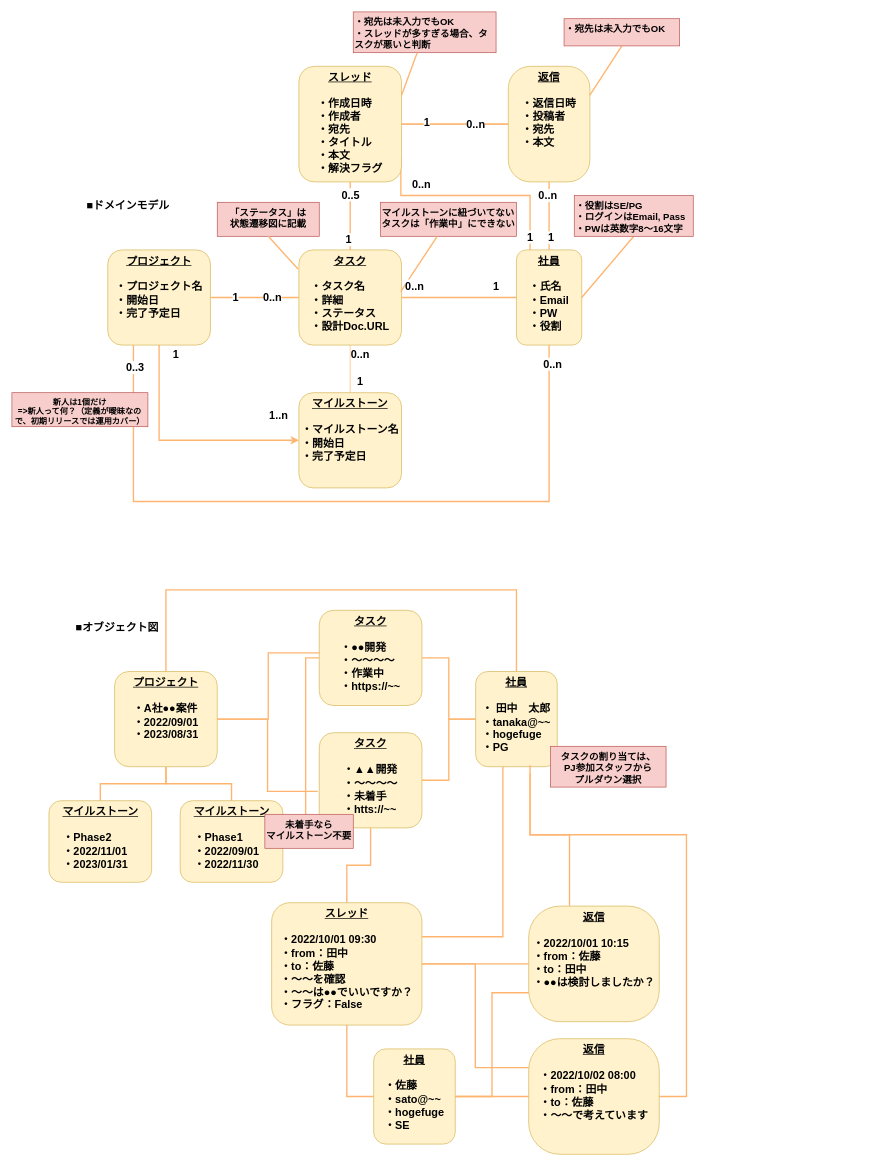
The draw.io diagram page "ドメインモデル、オブジェクト図" (5 of 5) of modeling.drawio in haseryo0403/functional-design-technical-design, before the edit. Source tidied: cells renumbered, new cells numbered last; positions are measured from the earlier drawing's top-left corner, leaving out a move shared by most shapes. Both pictures are drawn from the tidied source at 68%, with x=0, y=0 at pixel (12, 12).
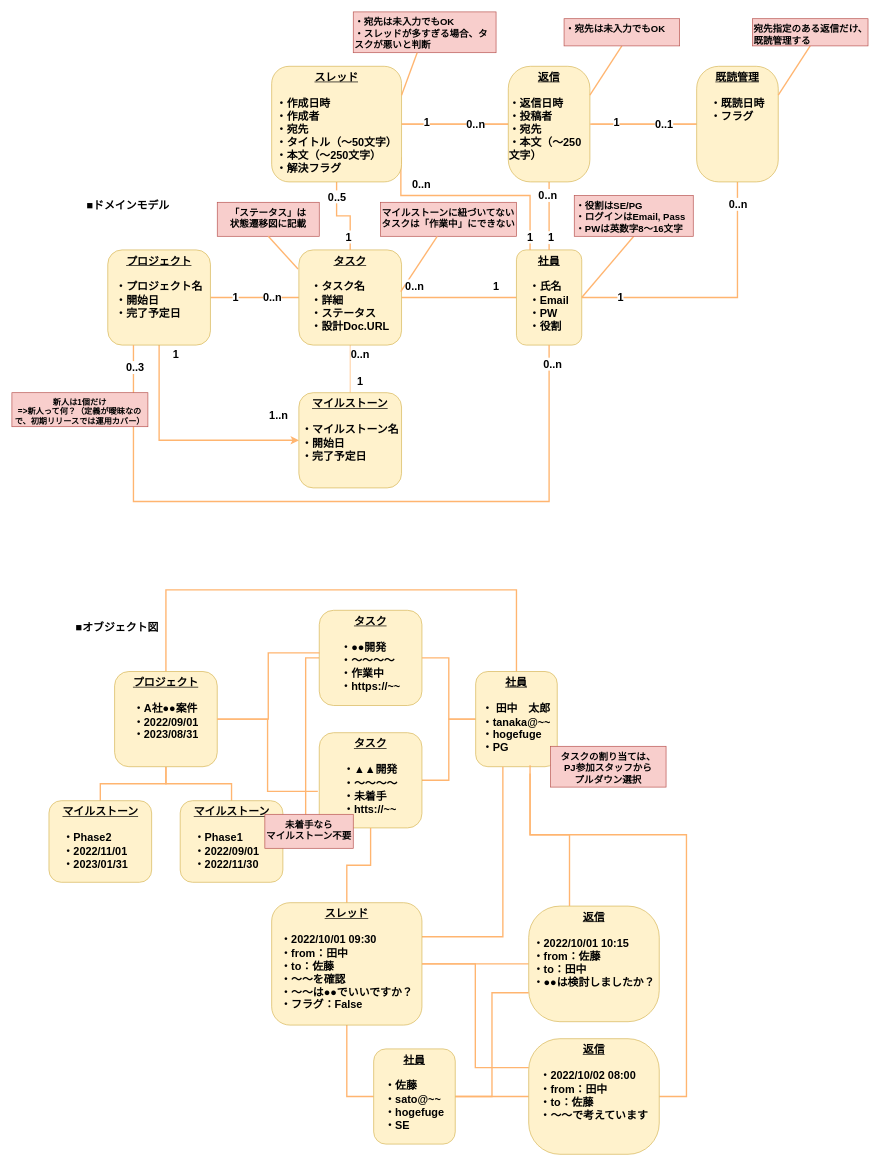
The same page after the edit.

Commit message:
modeling.drawio を更新します

Unchanged cells that the change refers to:
```xml
<mxCell id="19" value="&lt;u&gt;社員&lt;/u&gt;&lt;div&gt;&lt;u&gt;&lt;br&gt;&lt;/u&gt;&lt;div style=&quot;text-align: left;&quot;&gt;・氏名&lt;/div&gt;&lt;div style=&quot;text-align: left;&quot;&gt;・Email&lt;/div&gt;&lt;div style=&quot;text-align: left;&quot;&gt;・PW&lt;/div&gt;&lt;div style=&quot;text-align: left;&quot;&gt;・役割&lt;/div&gt;&lt;/div&gt;" style="rounded=1;whiteSpace=wrap;html=1;align=center;verticalAlign=top;fontFamily=Helvetica;fontSize=16;fontStyle=1;labelBackgroundColor=none;fillColor=#fff2cc;strokeColor=#d6b656;" parent="1" vertex="1">
  <mxGeometry x="742" y="350" width="96" height="140" as="geometry" />
</mxCell>
```

Change to the diagram source:
```diff
@@
-    <mxCell id="34" value="&lt;u&gt;スレッド&lt;/u&gt;&lt;br&gt;&lt;div&gt;&lt;br&gt;&lt;/div&gt;&lt;div style=&quot;text-align: left;&quot;&gt;・作成日時&lt;/div&gt;&lt;div style=&quot;text-align: left;&quot;&gt;・作成者&lt;/div&gt;&lt;div style=&quot;text-align: left;&quot;&gt;・宛先&lt;/div&gt;&lt;div style=&quot;text-align: left;&quot;&gt;・タイトル&lt;/div&gt;&lt;div style=&quot;text-align: left;&quot;&gt;・本文&lt;/div&gt;&lt;div style=&quot;text-align: left;&quot;&gt;・解決フラグ&lt;/div&gt;" style="rounded=1;whiteSpace=wrap;html=1;align=center;verticalAlign=top;fontFamily=Helvetica;fontSize=16;fontStyle=1;labelBackgroundColor=none;fillColor=#fff2cc;strokeColor=#d6b656;" parent="1" vertex="1">
-      <mxGeometry x="422" y="80" width="151" height="170" as="geometry" />
+    <mxCell id="34" value="&lt;u&gt;スレッド&lt;/u&gt;&lt;br&gt;&lt;div&gt;&lt;br&gt;&lt;/div&gt;&lt;div style=&quot;text-align: left;&quot;&gt;・作成日時&lt;/div&gt;&lt;div style=&quot;text-align: left;&quot;&gt;・作成者&lt;/div&gt;&lt;div style=&quot;text-align: left;&quot;&gt;・宛先&lt;/div&gt;&lt;div style=&quot;text-align: left;&quot;&gt;・タイトル&lt;span style=&quot;background-color: initial;&quot;&gt;（～50文字）&lt;/span&gt;&lt;/div&gt;&lt;div style=&quot;text-align: left;&quot;&gt;・本文（～250文字）&lt;/div&gt;&lt;div style=&quot;text-align: left;&quot;&gt;・解決フラグ&lt;/div&gt;" style="rounded=1;whiteSpace=wrap;html=1;align=center;verticalAlign=top;fontFamily=Helvetica;fontSize=16;fontStyle=1;labelBackgroundColor=none;fillColor=#fff2cc;strokeColor=#d6b656;" parent="1" vertex="1">
+      <mxGeometry x="382" y="80" width="191" height="170" as="geometry" />
     </mxCell>
@@
-    <mxCell id="42" value="&lt;u&gt;返信&lt;/u&gt;&lt;br&gt;&lt;div&gt;&lt;br&gt;&lt;/div&gt;&lt;div style=&quot;text-align: left;&quot;&gt;・返信日時&lt;/div&gt;&lt;div style=&quot;text-align: left;&quot;&gt;・投稿者&lt;/div&gt;&lt;div style=&quot;text-align: left;&quot;&gt;・宛先&lt;/div&gt;&lt;div style=&quot;text-align: left;&quot;&gt;・本文&lt;/div&gt;" style="rounded=1;whiteSpace=wrap;html=1;align=center;verticalAlign=top;fontFamily=Helvetica;fontSize=16;fontStyle=1;labelBackgroundColor=none;fillColor=#fff2cc;strokeColor=#d6b656;arcSize=27;" parent="1" vertex="1">
+    <mxCell id="42" value="&lt;u&gt;返信&lt;/u&gt;&lt;br&gt;&lt;div&gt;&lt;br&gt;&lt;/div&gt;&lt;div style=&quot;text-align: left;&quot;&gt;・返信日時&lt;/div&gt;&lt;div style=&quot;text-align: left;&quot;&gt;・投稿者&lt;/div&gt;&lt;div style=&quot;text-align: left;&quot;&gt;・宛先&lt;/div&gt;&lt;div style=&quot;text-align: left;&quot;&gt;・本文&lt;span style=&quot;background-color: initial;&quot;&gt;（～250文字）&lt;/span&gt;&lt;/div&gt;" style="rounded=1;whiteSpace=wrap;html=1;align=center;verticalAlign=top;fontFamily=Helvetica;fontSize=16;fontStyle=1;labelBackgroundColor=none;fillColor=#fff2cc;strokeColor=#d6b656;arcSize=27;" parent="1" vertex="1">
       <mxGeometry x="730" y="80" width="120" height="170" as="geometry" />
     </mxCell>
@@
+    <mxCell id="78" style="edgeStyle=elbowEdgeStyle;shape=connector;rounded=0;jettySize=auto;elbow=horizontal;html=1;strokeColor=#FFB570;strokeWidth=2;align=center;verticalAlign=middle;fontFamily=Helvetica;fontSize=12;fontColor=default;fontStyle=1;labelBackgroundColor=default;endArrow=none;endFill=0;" parent="1" edge="1" target="84">
+      <mxGeometry relative="1" as="geometry">
+        <mxPoint x="850" y="165" as="sourcePoint" />
+      </mxGeometry>
+    </mxCell>
+    <mxCell id="79" style="edgeStyle=elbowEdgeStyle;shape=connector;rounded=0;jettySize=auto;elbow=horizontal;html=1;strokeColor=#FFB570;strokeWidth=2;align=center;verticalAlign=middle;fontFamily=Helvetica;fontSize=12;fontColor=default;fontStyle=1;labelBackgroundColor=default;endArrow=none;endFill=0;" parent="1" edge="1" source="84">
+      <mxGeometry relative="1" as="geometry">
+        <mxPoint x="852" y="165" as="targetPoint" />
+      </mxGeometry>
+    </mxCell>
+    <mxCell id="80" value="&lt;font style=&quot;font-size: 16px;&quot;&gt;1&lt;/font&gt;" style="edgeLabel;html=1;align=center;verticalAlign=middle;fontFamily=Helvetica;fontSize=12;fontColor=default;fontStyle=1;labelBackgroundColor=default;fillColor=none;gradientColor=none;" parent="79" vertex="1">
+      <mxGeometry x="0.54" y="-3" relative="1" as="geometry" />
+    </mxCell>
+    <mxCell id="81" style="edgeStyle=orthogonalEdgeStyle;rounded=0;jettySize=auto;html=1;entryX=1;entryY=0.5;entryDx=0;entryDy=0;strokeColor=#FFB570;strokeWidth=2;align=center;verticalAlign=middle;fontFamily=Helvetica;fontSize=12;fontColor=default;fontStyle=1;labelBackgroundColor=default;elbow=horizontal;endArrow=none;endFill=0;" parent="1" edge="1" source="84" target="19">
+      <mxGeometry relative="1" as="geometry">
+        <Array as="points">
+          <mxPoint x="1067" y="420" />
+        </Array>
+      </mxGeometry>
+    </mxCell>
+    <mxCell id="82" value="&lt;span style=&quot;font-size: 16px;&quot;&gt;&lt;b&gt;0..n&lt;/b&gt;&lt;/span&gt;" style="edgeLabel;html=1;align=center;verticalAlign=middle;" parent="81" vertex="1">
+      <mxGeometry x="-0.84" relative="1" as="geometry" />
+    </mxCell>
+    <mxCell id="83" value="&lt;span style=&quot;font-size: 16px;&quot;&gt;1&lt;/span&gt;" style="edgeLabel;html=1;align=center;verticalAlign=middle;fontStyle=1;" parent="81" vertex="1">
+      <mxGeometry x="0.72" y="-1" relative="1" as="geometry" />
+    </mxCell>
+    <mxCell id="84" value="&lt;u&gt;既読管理&lt;/u&gt;&lt;br&gt;&lt;div&gt;&lt;br&gt;&lt;/div&gt;&lt;div style=&quot;text-align: left;&quot;&gt;・既読日時&lt;/div&gt;&lt;div style=&quot;text-align: left;&quot;&gt;・フラグ&lt;/div&gt;" style="rounded=1;whiteSpace=wrap;html=1;align=center;verticalAlign=top;fontFamily=Helvetica;fontSize=16;fontStyle=1;labelBackgroundColor=none;fillColor=#fff2cc;strokeColor=#d6b656;arcSize=27;" parent="1" vertex="1">
+      <mxGeometry x="1007" y="80" width="120" height="170" as="geometry" />
+    </mxCell>
+    <mxCell id="85" style="shape=connector;rounded=0;jettySize=auto;elbow=horizontal;html=1;strokeColor=#FFB570;strokeWidth=2;align=center;verticalAlign=middle;fontFamily=Helvetica;fontSize=12;fontColor=default;fontStyle=1;labelBackgroundColor=default;endArrow=none;endFill=0;entryX=1;entryY=0.25;entryDx=0;entryDy=0;exitX=0.5;exitY=1;exitDx=0;exitDy=0;" parent="1" edge="1" source="86" target="84">
+      <mxGeometry relative="1" as="geometry" />
+    </mxCell>
+    <mxCell id="86" value="&lt;span style=&quot;font-size: 14px;&quot;&gt;宛先指定のある返信だけ、既読管理する&lt;/span&gt;&lt;div&gt;&lt;div style=&quot;font-size: 14px;&quot;&gt;&lt;br&gt;&lt;/div&gt;&lt;/div&gt;" style="rounded=0;whiteSpace=wrap;html=1;align=left;verticalAlign=top;fontFamily=Helvetica;fontSize=12;fontStyle=1;labelBackgroundColor=none;fillColor=#f8cecc;strokeColor=#b85450;" parent="1" vertex="1">
+      <mxGeometry x="1089" y="10" width="170" height="40" as="geometry" />
+    </mxCell>
+    <mxCell id="87" value="&lt;font style=&quot;font-size: 16px;&quot;&gt;0..1&lt;/font&gt;" style="text;html=1;align=center;verticalAlign=middle;strokeColor=none;fillColor=none;fontFamily=Helvetica;fontSize=12;fontColor=default;fontStyle=1;labelBackgroundColor=default;" parent="1" vertex="1">
+      <mxGeometry x="939" y="152" width="40" height="26" as="geometry" />
+    </mxCell>
```
